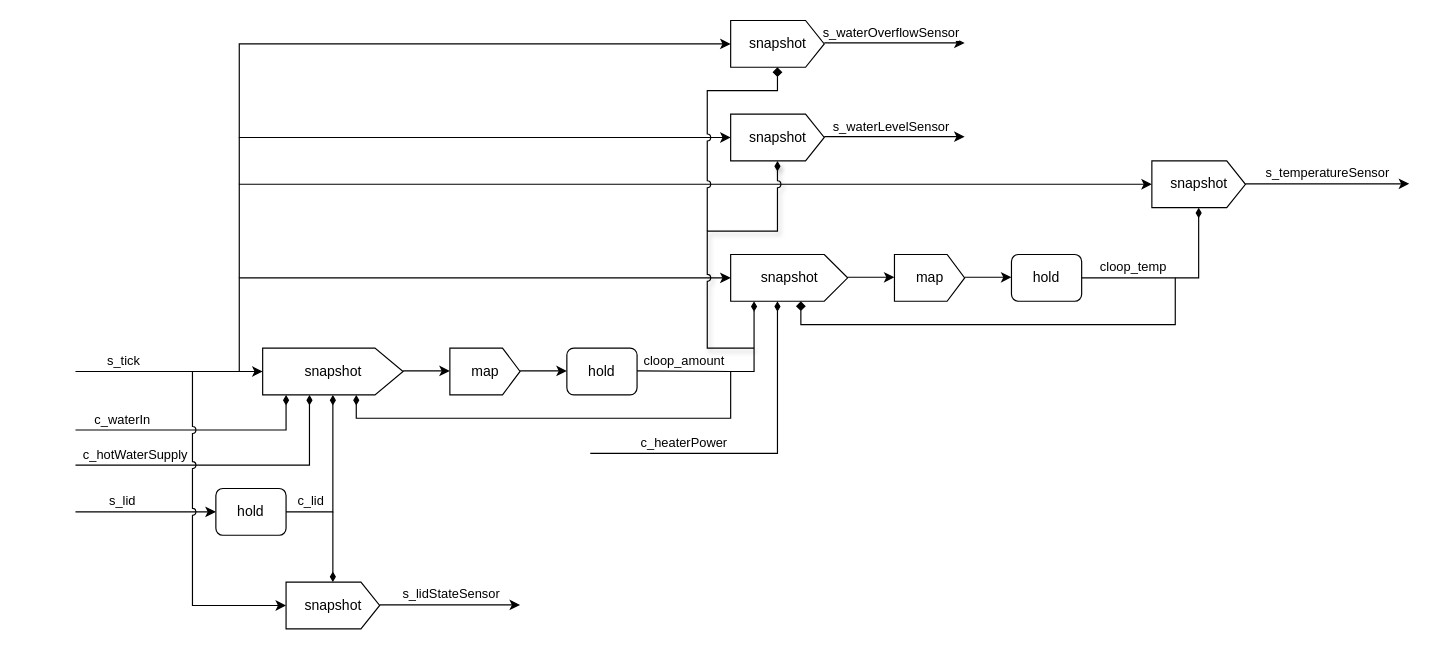
This is images/simulator.drawio from suzuki-taro-unofficial/frpot, a draw.io file, before an edit. Source tidied: cells renumbered, new cells numbered last; positions are measured from the earlier drawing's top-left corner, leaving out a move shared by most shapes. Both pictures are drawn from the tidied source at 117%, with x=0, y=0 at pixel (75, 20).
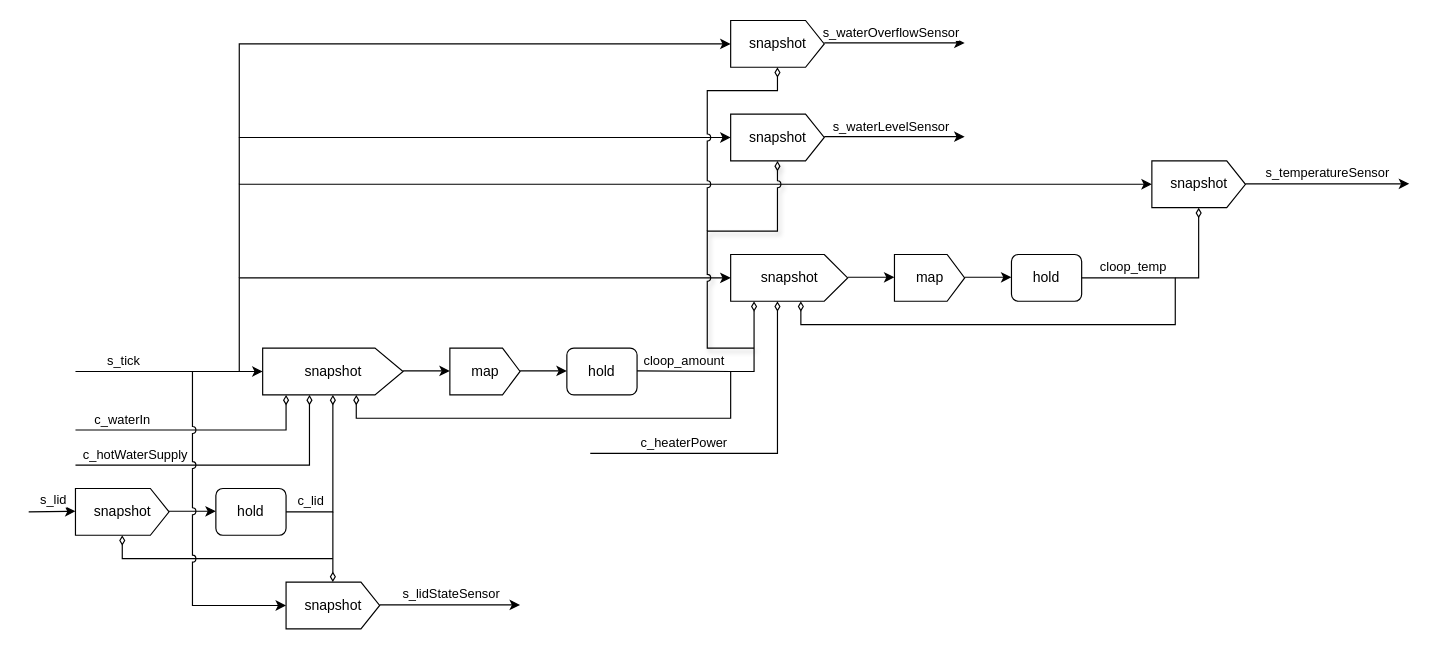
The same page after the edit.

Diff of the diagram source:
```diff
@@
+    <mxCell id="53" style="endArrow=diamondThin;html=1;rounded=0;endFill=0;" parent="1" edge="1">
+      <mxGeometry relative="1" as="geometry">
+        <mxPoint x="220" y="460" as="sourcePoint" />
+        <mxPoint x="40" y="440" as="targetPoint" />
+        <Array as="points">
+          <mxPoint x="40" y="460" />
+        </Array>
+      </mxGeometry>
+    </mxCell>
+    <mxCell id="54" style="endArrow=classic;html=1;rounded=0;" parent="1" edge="1">
+      <mxGeometry relative="1" as="geometry">
+        <mxPoint x="80" y="419.5" as="sourcePoint" />
+        <mxPoint x="120" y="419.5" as="targetPoint" />
+      </mxGeometry>
+    </mxCell>
-    <mxCell id="2" style="endArrow=diamondThin;html=1;rounded=0;endFill=1;" parent="1" edge="1">
+    <mxCell id="2" style="endArrow=diamondThin;html=1;rounded=0;endFill=0;" parent="1" edge="1">
       <mxGeometry relative="1" as="geometry">
         <mxPoint y="350" as="sourcePoint" />
         <mxPoint x="180" y="320" as="targetPoint" />
         <Array as="points">
           <mxPoint x="180" y="350" />
         </Array>
       </mxGeometry>
     </mxCell>
@@
-    <mxCell id="6" style="endArrow=diamondThin;html=1;rounded=0;endFill=1;" parent="1" edge="1">
+    <mxCell id="6" style="endArrow=diamondThin;html=1;rounded=0;endFill=0;" parent="1" edge="1">
       <mxGeometry relative="1" as="geometry">
         <mxPoint x="440" y="370" as="sourcePoint" />
         <mxPoint x="600" y="240" as="targetPoint" />
         <Array as="points">
           <mxPoint x="600" y="370" />
         </Array>
       </mxGeometry>
     </mxCell>
@@
-    <mxCell id="8" style="endArrow=diamondThin;html=1;rounded=0;endFill=1;" parent="1" edge="1">
+    <mxCell id="8" style="endArrow=diamondThin;html=1;rounded=0;endFill=0;" parent="1" edge="1">
       <mxGeometry relative="1" as="geometry">
         <mxPoint y="380" as="sourcePoint" />
         <mxPoint x="200" y="320" as="targetPoint" />
         <Array as="points">
           <mxPoint x="200" y="380" />
         </Array>
       </mxGeometry>
     </mxCell>
@@
     <mxCell id="10" style="endArrow=classic;html=1;rounded=0;" parent="1" edge="1">
       <mxGeometry relative="1" as="geometry">
-        <mxPoint y="420" as="sourcePoint" />
-        <mxPoint x="120" y="420" as="targetPoint" />
+        <mxPoint x="-40" y="420" as="sourcePoint" />
+        <mxPoint y="419.5" as="targetPoint" />
       </mxGeometry>
     </mxCell>
     <mxCell id="11" value="s_lid" style="edgeLabel;html=1;align=center;verticalAlign=middle;" parent="10" vertex="1">
       <mxGeometry x="-0.17" y="-3" relative="1" as="geometry">
-        <mxPoint x="-11" y="-13" as="offset" />
+        <mxPoint x="3" y="-13" as="offset" />
       </mxGeometry>
     </mxCell>
@@
-    <mxCell id="13" style="endArrow=diamondThin;html=1;rounded=0;endFill=1;" parent="1" edge="1">
+    <mxCell id="13" style="endArrow=diamondThin;html=1;rounded=0;endFill=0;" parent="1" edge="1">
       <mxGeometry relative="1" as="geometry">
         <mxPoint x="180" y="420" as="sourcePoint" />
         <mxPoint x="220" y="320" as="targetPoint" />
         <Array as="points">
           <mxPoint x="220" y="420" />
         </Array>
       </mxGeometry>
     </mxCell>
@@
-    <mxCell id="21" style="endArrow=diamondThin;html=1;rounded=0;endFill=1;" parent="1" edge="1">
+    <mxCell id="21" style="endArrow=diamondThin;html=1;rounded=0;endFill=0;" parent="1" edge="1">
       <mxGeometry relative="1" as="geometry">
         <mxPoint x="480" y="299.5" as="sourcePoint" />
         <mxPoint x="240" y="320" as="targetPoint" />
         <Array as="points">
           <mxPoint x="560" y="300" />
           <mxPoint x="560" y="340" />
           <mxPoint x="240" y="340" />
         </Array>
       </mxGeometry>
     </mxCell>
@@
-    <mxCell id="26" style="endArrow=diamondThin;html=1;rounded=0;endFill=1;" parent="1" edge="1">
+    <mxCell id="26" style="endArrow=diamondThin;html=1;rounded=0;endFill=0;" parent="1" edge="1">
       <mxGeometry relative="1" as="geometry">
         <mxPoint x="560" y="300" as="sourcePoint" />
         <mxPoint x="580" y="240" as="targetPoint" />
         <Array as="points">
           <mxPoint x="580" y="300" />
         </Array>
       </mxGeometry>
     </mxCell>
@@
-    <mxCell id="31" style="endArrow=diamond;html=1;rounded=0;endFill=1;" parent="1" edge="1">
+    <mxCell id="31" style="endArrow=diamondThin;html=1;rounded=0;endFill=0;" parent="1" edge="1">
       <mxGeometry relative="1" as="geometry">
         <mxPoint x="860" y="220" as="sourcePoint" />
         <mxPoint x="620" y="240" as="targetPoint" />
         <Array as="points">
           <mxPoint x="940" y="220" />
           <mxPoint x="940" y="260" />
           <mxPoint x="620" y="260" />
         </Array>
       </mxGeometry>
     </mxCell>
@@
-    <mxCell id="34" style="endArrow=diamondThin;html=1;rounded=0;endFill=1;" parent="1" edge="1">
+    <mxCell id="34" style="endArrow=diamondThin;html=1;rounded=0;endFill=0;" parent="1" edge="1">
       <mxGeometry relative="1" as="geometry">
         <mxPoint x="940" y="220" as="sourcePoint" />
         <mxPoint x="960" y="160" as="targetPoint" />
         <Array as="points">
           <mxPoint x="960" y="220" />
         </Array>
       </mxGeometry>
     </mxCell>
@@
-    <mxCell id="39" style="endArrow=diamondThin;html=1;rounded=0;endFill=1;shadow=1;jumpStyle=arc;" parent="1" edge="1">
+    <mxCell id="39" style="endArrow=diamondThin;html=1;rounded=0;endFill=0;shadow=1;jumpStyle=arc;" parent="1" edge="1">
       <mxGeometry relative="1" as="geometry">
         <mxPoint x="580" y="280" as="sourcePoint" />
         <mxPoint x="600" y="120" as="targetPoint" />
         <Array as="points">
           <mxPoint x="540" y="280" />
           <mxPoint x="540" y="180" />
           <mxPoint x="600" y="180" />
         </Array>
       </mxGeometry>
     </mxCell>
@@
-    <mxCell id="44" style="endArrow=diamond;html=1;rounded=0;endFill=1;jumpStyle=arc;" parent="1" edge="1">
+    <mxCell id="44" style="endArrow=diamondThin;html=1;rounded=0;endFill=0;jumpStyle=arc;" parent="1" edge="1">
       <mxGeometry relative="1" as="geometry">
         <mxPoint x="540" y="180" as="sourcePoint" />
         <mxPoint x="600" y="40" as="targetPoint" />
         <Array as="points">
           <mxPoint x="540" y="60" />
           <mxPoint x="600" y="60" />
         </Array>
       </mxGeometry>
     </mxCell>
@@
-    <mxCell id="49" style="endArrow=diamondThin;html=1;rounded=0;endFill=1;" parent="1" edge="1">
+    <mxCell id="49" style="endArrow=diamondThin;html=1;rounded=0;endFill=0;" parent="1" edge="1">
       <mxGeometry relative="1" as="geometry">
         <mxPoint x="220" y="420" as="sourcePoint" />
         <mxPoint x="220" y="480" as="targetPoint" />
       </mxGeometry>
     </mxCell>
@@
+    <mxCell id="55" value="snapshot" style="verticalLabelPosition=middle;verticalAlign=middle;html=1;shape=offPageConnector;rounded=0;size=0.2;direction=north;labelPosition=center;align=center;" parent="1" vertex="1">
+      <mxGeometry y="400" width="80" height="40" as="geometry" />
+    </mxCell>
```
